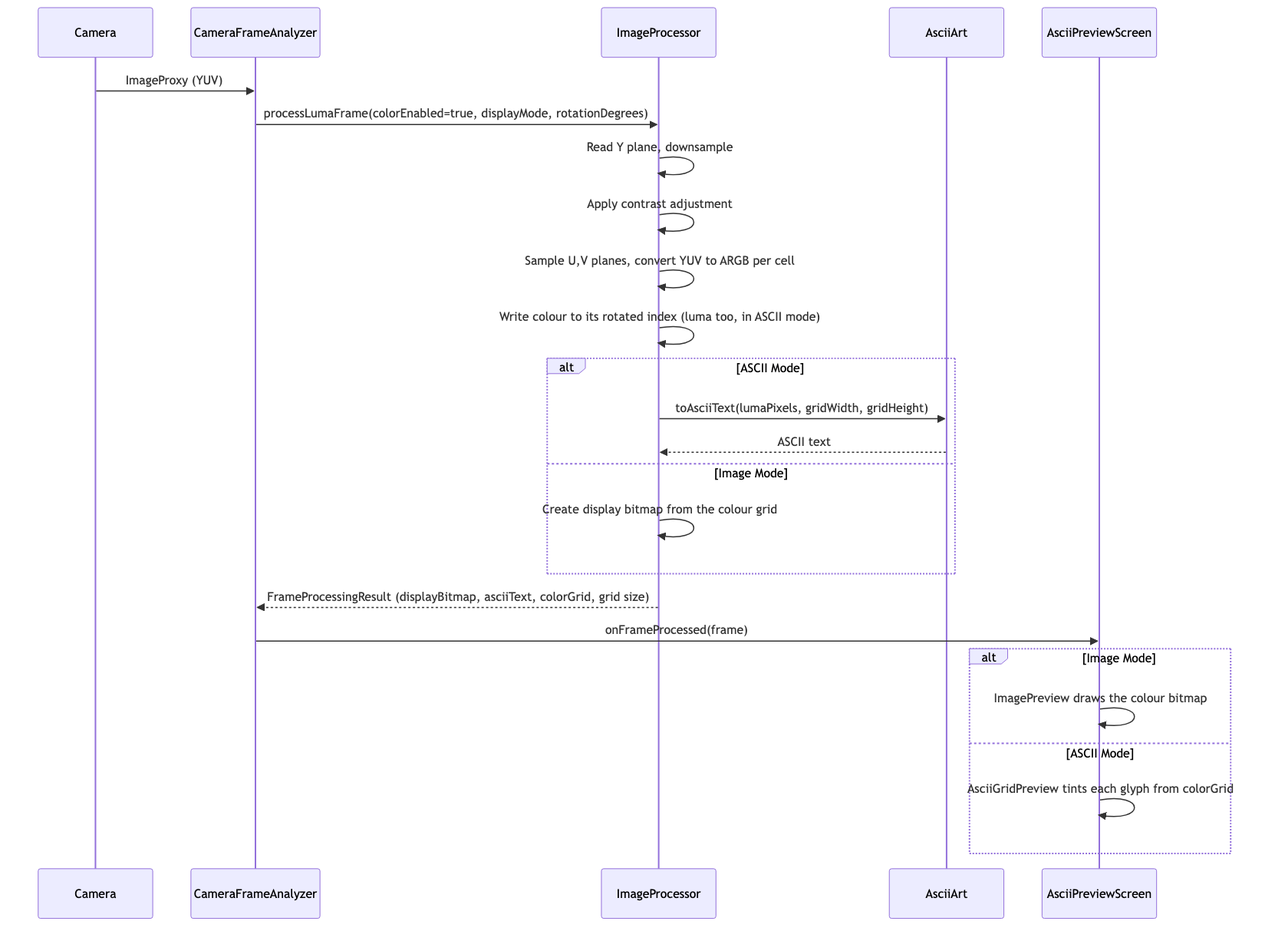
Earlier version of the Mermaid export docs/sequence-colour.png (replicant1/AsciiArt). Its source is kept beside it as docs/sequence-colour.mmd. Its diagram source:
```mermaid
sequenceDiagram
    participant Camera
    participant CFA as CameraFrameAnalyzer
    participant IP as ImageProcessor
    participant AA as AsciiArt
    participant UI as AsciiPreviewScreen

    Camera->>CFA: ImageProxy (YUV)
    CFA->>IP: processLumaFrame(colorEnabled=true, displayMode, rotationDegrees)
    IP->>IP: Read Y plane, downsample
    IP->>IP: Apply contrast adjustment
    IP->>IP: Sample U,V planes, convert YUV to ARGB per cell
    IP->>IP: Write colour to its rotated index (luma too, in ASCII mode)
    alt ASCII Mode
        IP->>AA: toAsciiText(lumaPixels, gridWidth, gridHeight)
        AA-->>IP: ASCII text
    else Image Mode
        IP->>IP: Create display bitmap from the colour grid
    end
    IP-->>CFA: FrameProcessingResult (displayBitmap, asciiText, colorGrid, grid size)
    CFA->>UI: onFrameProcessed(frame)
    alt Image Mode
        UI->>UI: ImagePreview draws the colour bitmap
    else ASCII Mode
        UI->>UI: AsciiGridPreview tints each glyph from colorGrid
    end
```
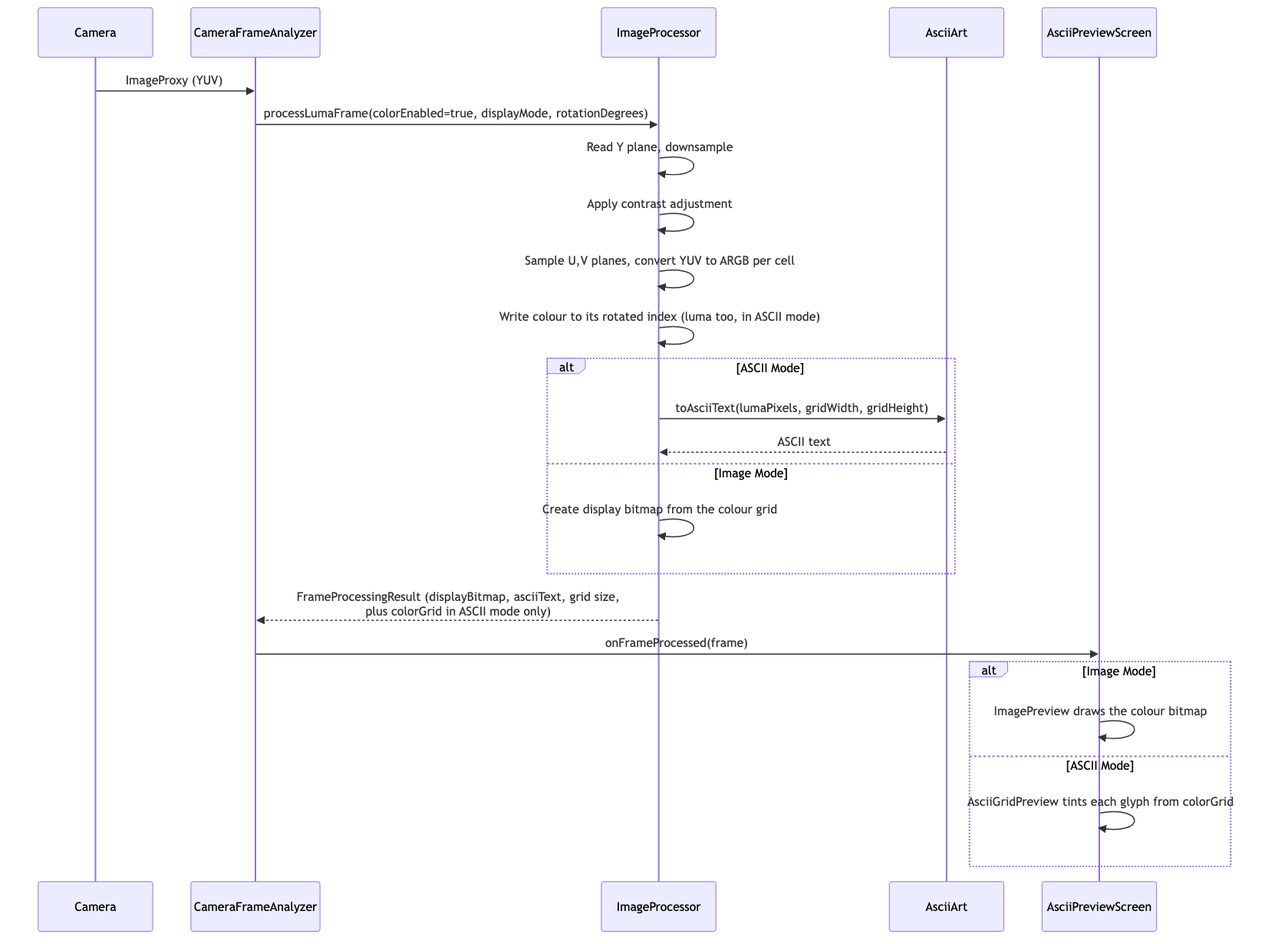
The same file after the commit.

Commit message:
Correct three claims the sequence diagrams got wrong

Diff of the diagram source:
```diff
@@ -17,7 +17,7 @@
     else Image Mode
         IP->>IP: Create display bitmap from the colour grid
     end
-    IP-->>CFA: FrameProcessingResult (displayBitmap, asciiText, colorGrid, grid size)
+    IP-->>CFA: FrameProcessingResult (displayBitmap, asciiText, grid size,<br/>plus colorGrid in ASCII mode only)
     CFA->>UI: onFrameProcessed(frame)
     alt Image Mode
         UI->>UI: ImagePreview draws the colour bitmap
```
